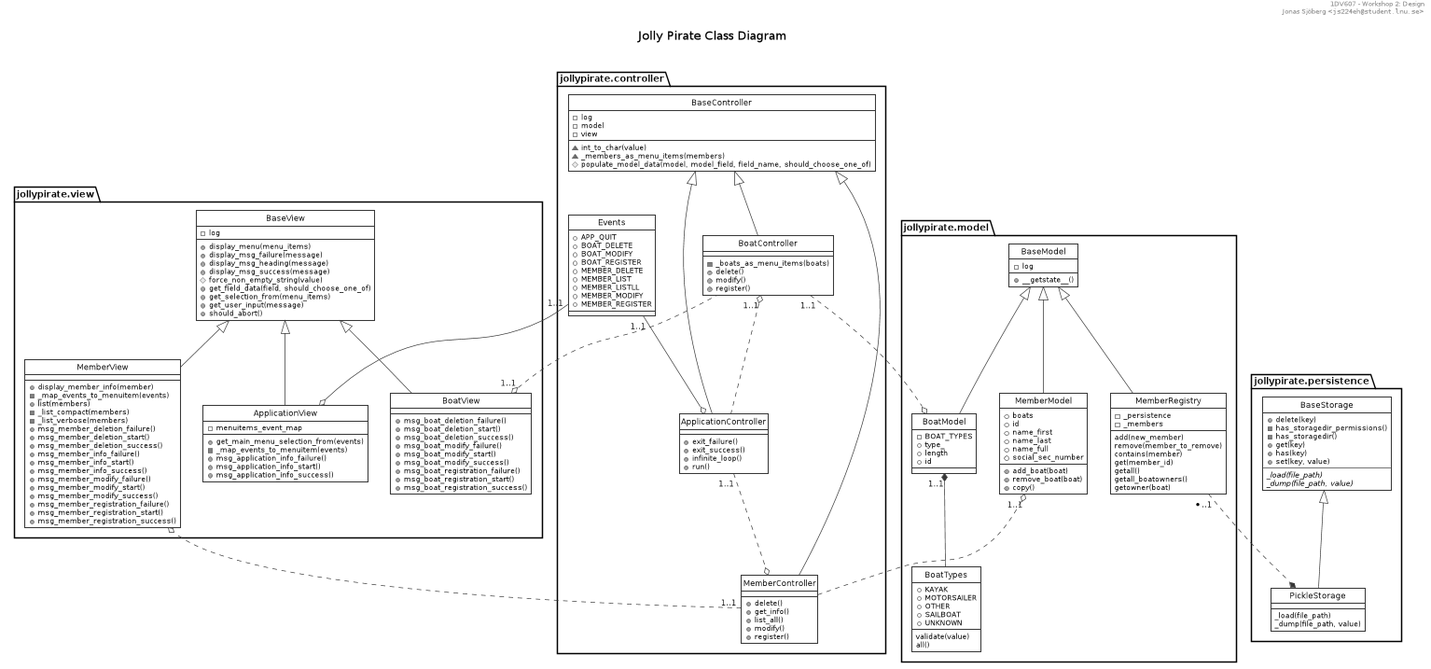
This is workshop2/uml/class-diagram.png from jonasjberg/1dv607_workshop1, a PlantUML export, as it was before one commit. The source it was exported from:
```plantuml
@startuml

skinparam {
    monochrome true
    classBackgroundColor transparent
    style strictuml
}


header
1DV607 - Workshop 2: Design
Jonas Sjöberg <""js224eh@student.lnu.se"">
end header

title \nJolly Pirate Class Diagram\n

namespace jollypirate.controller {
    class BaseController {
        - log
        - model
        - view

        ~ int_to_char(value)
        ~ _members_as_menu_items(members)
        # populate_model_data(model, model_field, field_name, should_choose_one_of)
    }

    class ApplicationController {
        + exit_failure()
        + exit_success()
        + infinite_loop()
        + run()
    }

    class BoatController {
        - _boats_as_menu_items(boats)
        + delete()
        + modify()
        + register()
    }

    class MemberController {
        + delete()
        + get_info()
        + list_all()
        + modify()
        + register()
    }

    class Events {
        + APP_QUIT
        + BOAT_DELETE
        + BOAT_MODIFY
        + BOAT_REGISTER
        + MEMBER_DELETE
        + MEMBER_LIST
        + MEMBER_LISTLL
        + MEMBER_MODIFY
        + MEMBER_REGISTER
    }

    BaseController <|-- ApplicationController
    BaseController <|-- BoatController
    BaseController <|-- MemberController

    Events "1..1" --o ApplicationController
}


namespace jollypirate.model {
    class BaseModel {
        - log

        + __getstate__()
    }

    class BoatModel {
        - BOAT_TYPES
        + type_
        + length
        + id
    }
    class BoatTypes {
        + KAYAK
        + MOTORSAILER
        + OTHER
        + SAILBOAT
        + UNKNOWN

        validate(value)
        all()
    }
    BoatModel "1..1" *-- BoatTypes

    class MemberModel {
        + boats
        + id
        + name_first
        + name_last
        + name_full
        + social_sec_number

        + add_boat(boat)
        + remove_boat(boat)
        + copy()
    }

    class MemberRegistry {
        - _persistence
        - _members

        add(new_member)
        remove(member_to_remove)
        contains(member)
        get(member_id)
        getall()
        getall_boatowners()
        getowner(boat)
    }

    BaseModel <|-- BoatModel
    BaseModel <|-- MemberModel
    BaseModel <|-- MemberRegistry
}


namespace jollypirate.view {
    class BaseView {
        - log

        + display_menu(menu_items)
        + display_msg_failure(message)
        + display_msg_heading(message)
        + display_msg_success(message)
        # force_non_empty_string(value)
        + get_field_data(field, should_choose_one_of)
        + get_selection_from(menu_items)
        + get_user_input(message)
        + should_abort()
    }

    class ApplicationView {
        - menuitems_event_map

        + get_main_menu_selection_from(events)
        - _map_events_to_menuitem(events)
        + msg_application_info_failure()
        + msg_application_info_start()
        + msg_application_info_success()
    }

    class BoatView {
        + msg_boat_deletion_failure()
        + msg_boat_deletion_start()
        + msg_boat_deletion_success()
        + msg_boat_modify_failure()
        + msg_boat_modify_start()
        + msg_boat_modify_success()
        + msg_boat_registration_failure()
        + msg_boat_registration_start()
        + msg_boat_registration_success()
    }

    class MemberView {
        + display_member_info(member)
        - _map_events_to_menuitem(events)
        + list(members)
        - _list_compact(members)
        - _list_verbose(members)
        + msg_member_deletion_failure()
        + msg_member_deletion_start()
        + msg_member_deletion_success()
        + msg_member_info_failure()
        + msg_member_info_start()
        + msg_member_info_success()
        + msg_member_modify_failure()
        + msg_member_modify_start()
        + msg_member_modify_success()
        + msg_member_registration_failure()
        + msg_member_registration_start()
        + msg_member_registration_success()
    }

    BaseView <|-- ApplicationView
    BaseView <|-- BoatView
    BaseView <|-- MemberView

    jollypirate.controller.Events "1..1" --o ApplicationView
}

namespace jollypirate.persistence {
    class BaseStorage {
        + delete(key)
        - has_storagedir_permissions()
        - has_storagedir()
        + get(key)
        + has(key)
        + set(key, value)

        ---
        {abstract} _load(file_path)
        {abstract} _dump(file_path, value)
    }

    class PickleStorage {
        _load(file_path)
        _dump(file_path, value)
    }

    BaseStorage <|-- PickleStorage
}

jollypirate.model.MemberRegistry "*..1" ..* jollypirate.persistence.PickleStorage

jollypirate.model.MemberModel "1..1" o.. jollypirate.controller.MemberController

jollypirate.controller.MemberController "1..1" ..o jollypirate.view.MemberView

jollypirate.controller.BoatController "1..1" ..o jollypirate.model.BoatModel

jollypirate.view.BoatView "1..1" o.. jollypirate.controller.BoatController

jollypirate.controller.BoatController "1..1" o.. jollypirate.controller.ApplicationController

jollypirate.controller.ApplicationController "1..1" ..o jollypirate.controller.MemberController

@enduml
```
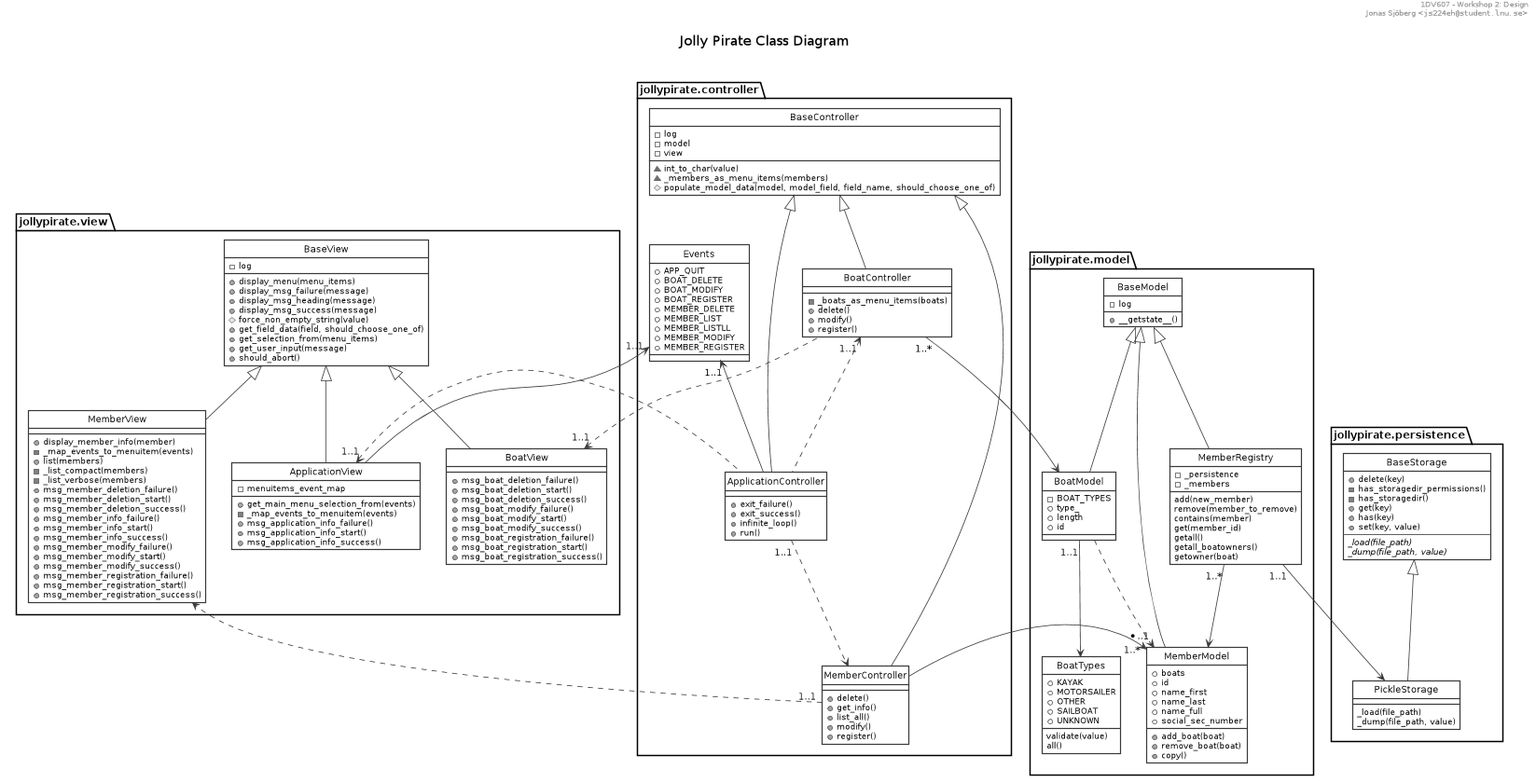
The same file after the commit.

Commit message:
Update PlantUML class diagram.

Change to the diagram source:
```diff
@@ -63,7 +63,7 @@
     BaseController <|-- BoatController
     BaseController <|-- MemberController
 
-    Events "1..1" --o ApplicationController
+    Events "1..1" <-- ApplicationController
 }
 
 
@@ -90,7 +90,7 @@
         validate(value)
         all()
     }
-    BoatModel "1..1" *-- BoatTypes
+    BoatModel "1..1" --> BoatTypes
 
     class MemberModel {
         + boats
@@ -185,7 +185,7 @@
     BaseView <|-- BoatView
     BaseView <|-- MemberView
 
-    jollypirate.controller.Events "1..1" --o ApplicationView
+    jollypirate.controller.Events "1..1" <-- ApplicationView
 }
 
 namespace jollypirate.persistence {
@@ -210,18 +210,16 @@
     BaseStorage <|-- PickleStorage
 }
 
-jollypirate.model.MemberRegistry "*..1" ..* jollypirate.persistence.PickleStorage
+jollypirate.model.MemberRegistry "1..1" --> jollypirate.persistence.PickleStorage
+jollypirate.model.MemberRegistry "1..*" --> jollypirate.model.MemberModel
+jollypirate.model.MemberModel "1..*" <-- jollypirate.controller.MemberController
+jollypirate.model.BoatModel ..> "*..1" jollypirate.model.MemberModel
 
-jollypirate.model.MemberModel "1..1" o.. jollypirate.controller.MemberController
+jollypirate.controller.BoatController "1..*" --> jollypirate.model.BoatModel
+jollypirate.controller.BoatController "1..1" <.. jollypirate.controller.ApplicationController
+jollypirate.controller.ApplicationController "1..1" ..> jollypirate.controller.MemberController
 
-jollypirate.controller.MemberController "1..1" ..o jollypirate.view.MemberView
-
-jollypirate.controller.BoatController "1..1" ..o jollypirate.model.BoatModel
-
-jollypirate.view.BoatView "1..1" o.. jollypirate.controller.BoatController
-
-jollypirate.controller.BoatController "1..1" o.. jollypirate.controller.ApplicationController
-
-jollypirate.controller.ApplicationController "1..1" ..o jollypirate.controller.MemberController
-
+jollypirate.view.ApplicationView "1..1" <.. jollypirate.controller.ApplicationController
+jollypirate.view.BoatView "1..1" <.. jollypirate.controller.BoatController
+jollypirate.controller.MemberController "1..1" ..> jollypirate.view.MemberView
 @enduml
```
